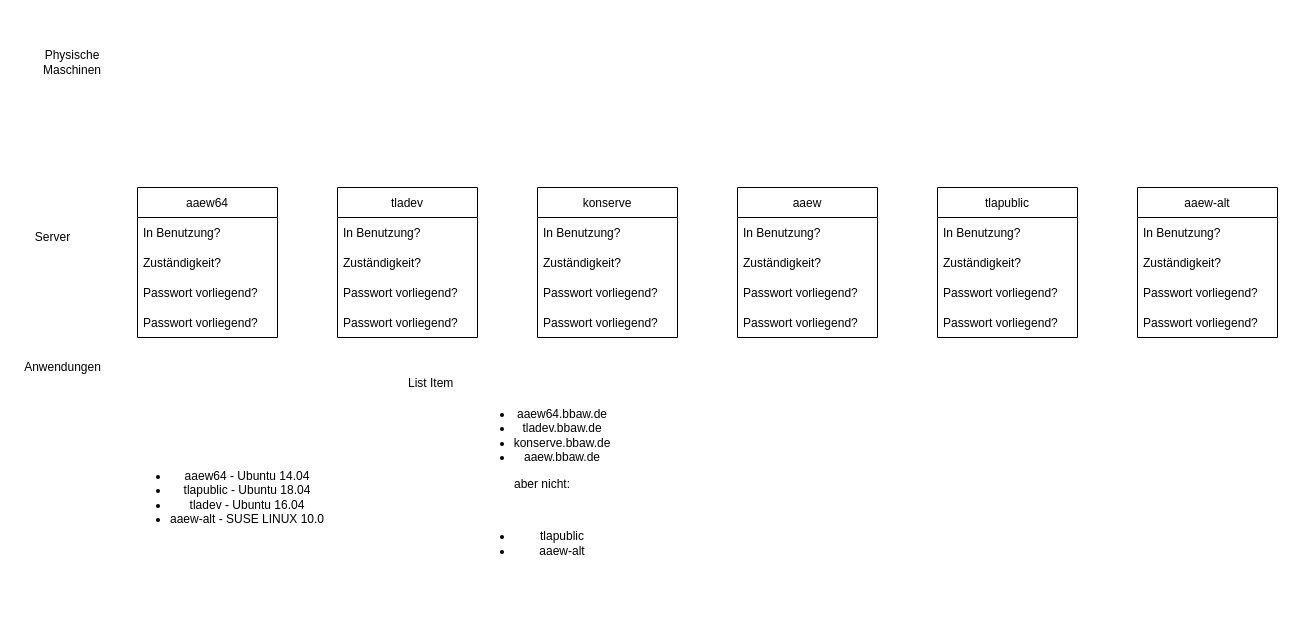
Before: Untitled Diagram.drawio in RDBloese/RDomeB.github.io, a draw.io diagram. Source tidied: cells renumbered, new cells numbered last; positions are measured from the earlier drawing's top-left corner, leaving out a move shared by most shapes. Both pictures are drawn from the tidied source at 100%, with x=0, y=0 at pixel (17, 17).
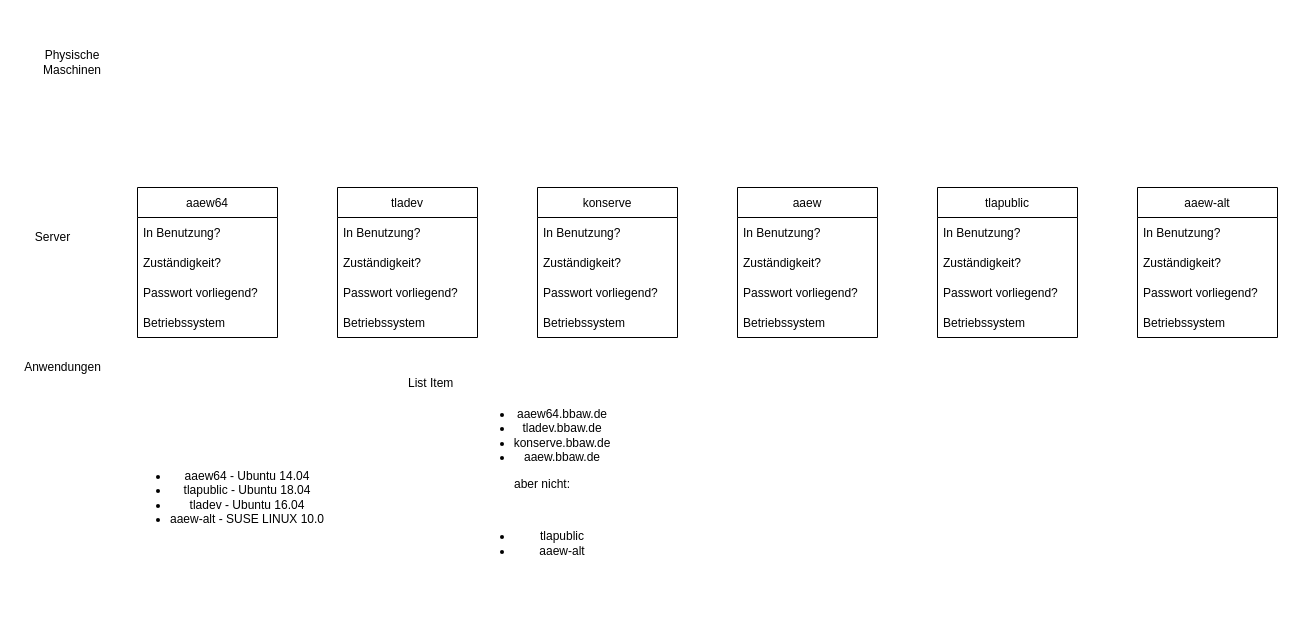
Above is the later version.

Unchanged cells that the change refers to:
```xml
<mxCell id="5" value="tladev" style="swimlane;fontStyle=0;horizontal=1;startSize=30;" parent="1" vertex="1">
  <mxGeometry x="320" y="170" width="140" height="150" as="geometry" />
</mxCell>
<mxCell id="13" value="aaew64" style="swimlane;fontStyle=0;horizontal=1;startSize=30;" parent="1" vertex="1">
  <mxGeometry x="120" y="170" width="140" height="150" as="geometry" />
</mxCell>
<mxCell id="18" value="konserve" style="swimlane;fontStyle=0;horizontal=1;startSize=30;" parent="1" vertex="1">
  <mxGeometry x="520" y="170" width="140" height="150" as="geometry" />
</mxCell>
<mxCell id="23" value="aaew" style="swimlane;fontStyle=0;horizontal=1;startSize=30;" parent="1" vertex="1">
  <mxGeometry x="720" y="170" width="140" height="150" as="geometry" />
</mxCell>
<mxCell id="28" value="tlapublic" style="swimlane;fontStyle=0;horizontal=1;startSize=30;" parent="1" vertex="1">
  <mxGeometry x="920" y="170" width="140" height="150" as="geometry" />
</mxCell>
<mxCell id="33" value="aaew-alt" style="swimlane;fontStyle=0;horizontal=1;startSize=30;" parent="1" vertex="1">
  <mxGeometry x="1120" y="170" width="140" height="150" as="geometry" />
</mxCell>
```

Change to the diagram source:
```diff
@@
-    <mxCell id="9" value="Passwort vorliegend?" style="text;strokeColor=none;fillColor=none;align=left;verticalAlign=middle;spacingLeft=4;spacingRight=4;overflow=hidden;" parent="5" vertex="1">
+    <mxCell id="9" value="Betriebssystem" style="text;strokeColor=none;fillColor=none;align=left;verticalAlign=middle;spacingLeft=4;spacingRight=4;overflow=hidden;" parent="5" vertex="1">
       <mxGeometry y="120" width="140" height="30" as="geometry" />
     </mxCell>
@@
-    <mxCell id="17" value="Passwort vorliegend?" style="text;strokeColor=none;fillColor=none;align=left;verticalAlign=middle;spacingLeft=4;spacingRight=4;overflow=hidden;" parent="13" vertex="1">
+    <mxCell id="17" value="Betriebssystem" style="text;strokeColor=none;fillColor=none;align=left;verticalAlign=middle;spacingLeft=4;spacingRight=4;overflow=hidden;" parent="13" vertex="1">
       <mxGeometry y="120" width="140" height="30" as="geometry" />
     </mxCell>
@@
-    <mxCell id="22" value="Passwort vorliegend?" style="text;strokeColor=none;fillColor=none;align=left;verticalAlign=middle;spacingLeft=4;spacingRight=4;overflow=hidden;" parent="18" vertex="1">
+    <mxCell id="22" value="Betriebssystem" style="text;strokeColor=none;fillColor=none;align=left;verticalAlign=middle;spacingLeft=4;spacingRight=4;overflow=hidden;" parent="18" vertex="1">
       <mxGeometry y="120" width="140" height="30" as="geometry" />
     </mxCell>
@@
-    <mxCell id="27" value="Passwort vorliegend?" style="text;strokeColor=none;fillColor=none;align=left;verticalAlign=middle;spacingLeft=4;spacingRight=4;overflow=hidden;" parent="23" vertex="1">
+    <mxCell id="27" value="Betriebssystem" style="text;strokeColor=none;fillColor=none;align=left;verticalAlign=middle;spacingLeft=4;spacingRight=4;overflow=hidden;" parent="23" vertex="1">
       <mxGeometry y="120" width="140" height="30" as="geometry" />
     </mxCell>
@@
-    <mxCell id="32" value="Passwort vorliegend?" style="text;strokeColor=none;fillColor=none;align=left;verticalAlign=middle;spacingLeft=4;spacingRight=4;overflow=hidden;" parent="28" vertex="1">
+    <mxCell id="32" value="Betriebssystem" style="text;strokeColor=none;fillColor=none;align=left;verticalAlign=middle;spacingLeft=4;spacingRight=4;overflow=hidden;" parent="28" vertex="1">
       <mxGeometry y="120" width="140" height="30" as="geometry" />
     </mxCell>
@@
-    <mxCell id="37" value="Passwort vorliegend?" style="text;strokeColor=none;fillColor=none;align=left;verticalAlign=middle;spacingLeft=4;spacingRight=4;overflow=hidden;" parent="33" vertex="1">
+    <mxCell id="37" value="Betriebssystem" style="text;strokeColor=none;fillColor=none;align=left;verticalAlign=middle;spacingLeft=4;spacingRight=4;overflow=hidden;" parent="33" vertex="1">
       <mxGeometry y="120" width="140" height="30" as="geometry" />
     </mxCell>
```
